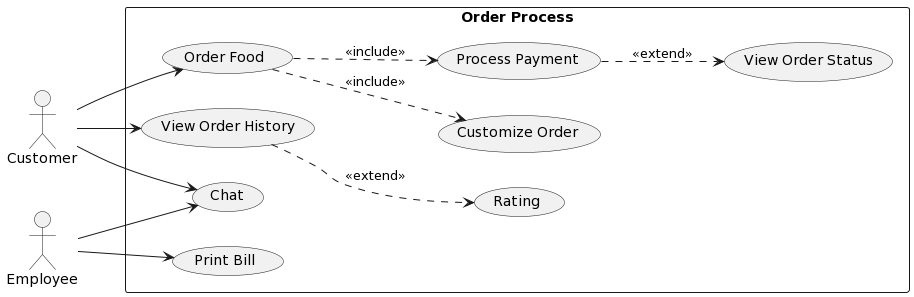
Before: Lab 1.2/Use-case Diagram/Order Process/Order Process.png, a diagram exported from PlantUML (VietQuoc29/SE357-Pratice-class).
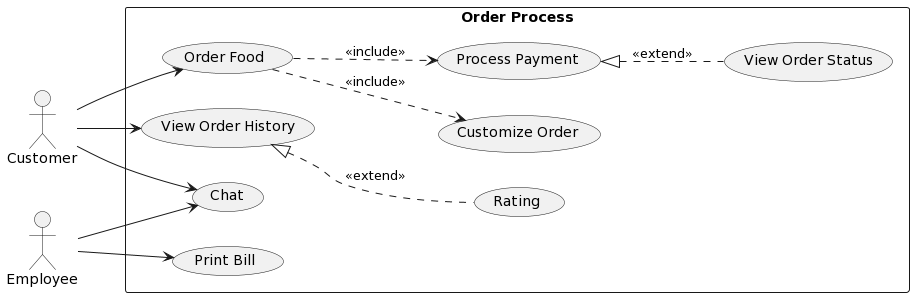
The same file after the commit.

Change to the diagram source:
```diff
@@ -25,6 +25,6 @@
 
 UC1 ..> UC2 : <<include>>
 UC1 ..> UC3 : <<include>>
-UC3 ..> UC4 : <<extend>>
-UC15 ..> UC6: <<extend>>
+UC3 <|.. UC4 : <<extend>>
+UC15 <|.. UC6: <<extend>>
 @enduml
```
